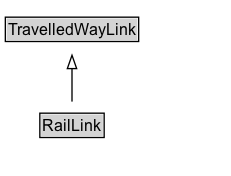
The Graphviz diagram docs/diagrams/RailLink.dot.png in ISO-TC204/ontology-cdm-p2-v1, before a commit. Its source is kept beside it as docs/diagrams/RailLink.dot.
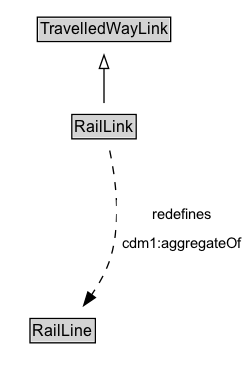
After the commit.

Diff of the diagram source:
```diff
@@ -3,13 +3,21 @@
 	node [fontname=Arial fontsize=12 margin=0 shape=none]
 	edge [fontname=Arial fontsize=11]
 	{
+		rank=source
+		TravelledWayLink [label=<<TABLE BORDER="1" CELLBORDER="0" CELLSPACING="0" CELLPADDING="1"><TR><TD BGCOLOR="lightgray" ALIGN="CENTER">TravelledWayLink</TD></TR></TABLE>> URL="../TravelledWayLink" margin=0]
+	}
+	RailLink [label=<<TABLE BORDER="1" CELLBORDER="0" CELLSPACING="0" CELLPADDING="1"><TR><TD BGCOLOR="lightgray" ALIGN="CENTER">RailLink</TD></TR></TABLE>> URL="../RailLink" margin=0]
+	{
 		rank=max
-		RailLink [label=<<TABLE BORDER="1" CELLBORDER="0" CELLSPACING="0" CELLPADDING="1"><TR><TD BGCOLOR="lightgray" ALIGN="CENTER" PORT="e">RailLink</TD></TR></TABLE>> URL="../RailLink.md" margin=0]
 	}
 	subgraph cluster_associated {
 		label="" style=invis
 		Invis [label=<<TABLE BORDER="0" CELLBORDER="0" CELLSPACING="0" CELLPADDING="1"><TR><TD></TD></TR></TABLE>> margin=0 style=invis]
+		RailLine [label=<<TABLE BORDER="1" CELLBORDER="0" CELLSPACING="0" CELLPADDING="1"><TR><TD BGCOLOR="lightgray" ALIGN="CENTER">RailLine</TD></TR></TABLE>> URL="../RailLine" margin=0]
 	}
-	TravelledWayLink [label=<<TABLE BORDER="1" CELLBORDER="0" CELLSPACING="0" CELLPADDING="1"><TR><TD BGCOLOR="lightgray" ALIGN="CENTER">TravelledWayLink</TD></TR></TABLE>> URL="../TravelledWayLink.md" margin=0]
 	RailLink -> TravelledWayLink [arrowhead=onormal style=solid]
+	RailLink -> Invis [style=invis]
+	Invis -> RailLine [style=invis]
+	RailLine [label=<<TABLE BORDER="1" CELLBORDER="0" CELLSPACING="0" CELLPADDING="1"><TR><TD BGCOLOR="lightgray" ALIGN="CENTER">RailLine</TD></TR></TABLE>> URL="../RailLine" margin=0]
+	RailLink -> RailLine [label=<<TABLE BORDER="0" CELLBORDER="0" CELLSPACING="0" CELLPADDING="4" BGCOLOR="white"><TR><TD ALIGN="CENTER">redefines</TD></TR><TR><TD ALIGN="CENTER">cdm1:aggregateOf</TD></TR></TABLE>> arrowhead=normal style=dashed]
 }
```
